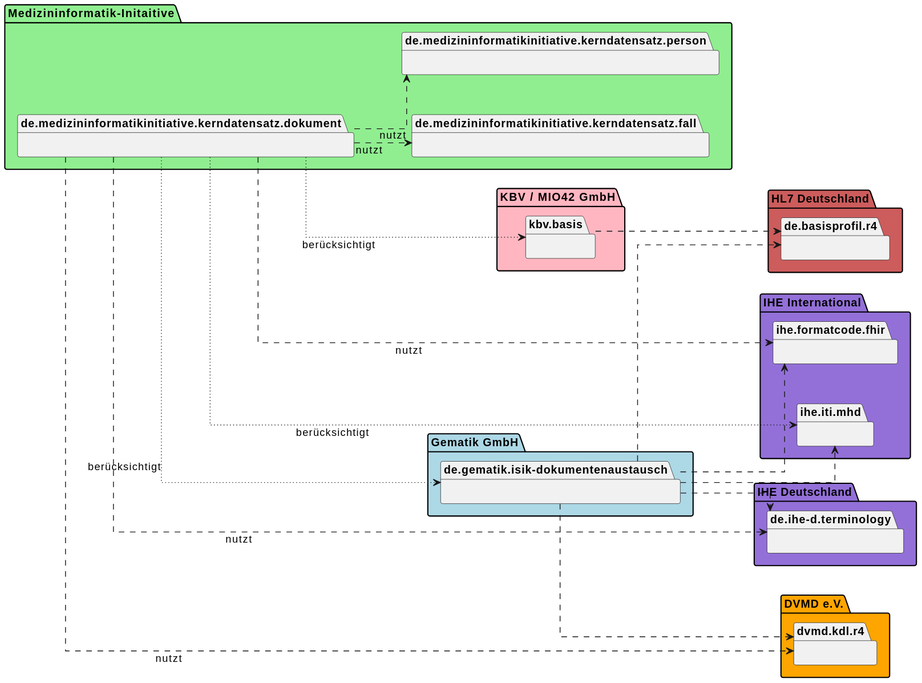
Above: input/plantuml/Paketabhaengigkeiten.svg in forschungsgruppe-digital-health/mii-kds-dokument-ig-inoffiziell (PlantUML), before the change.
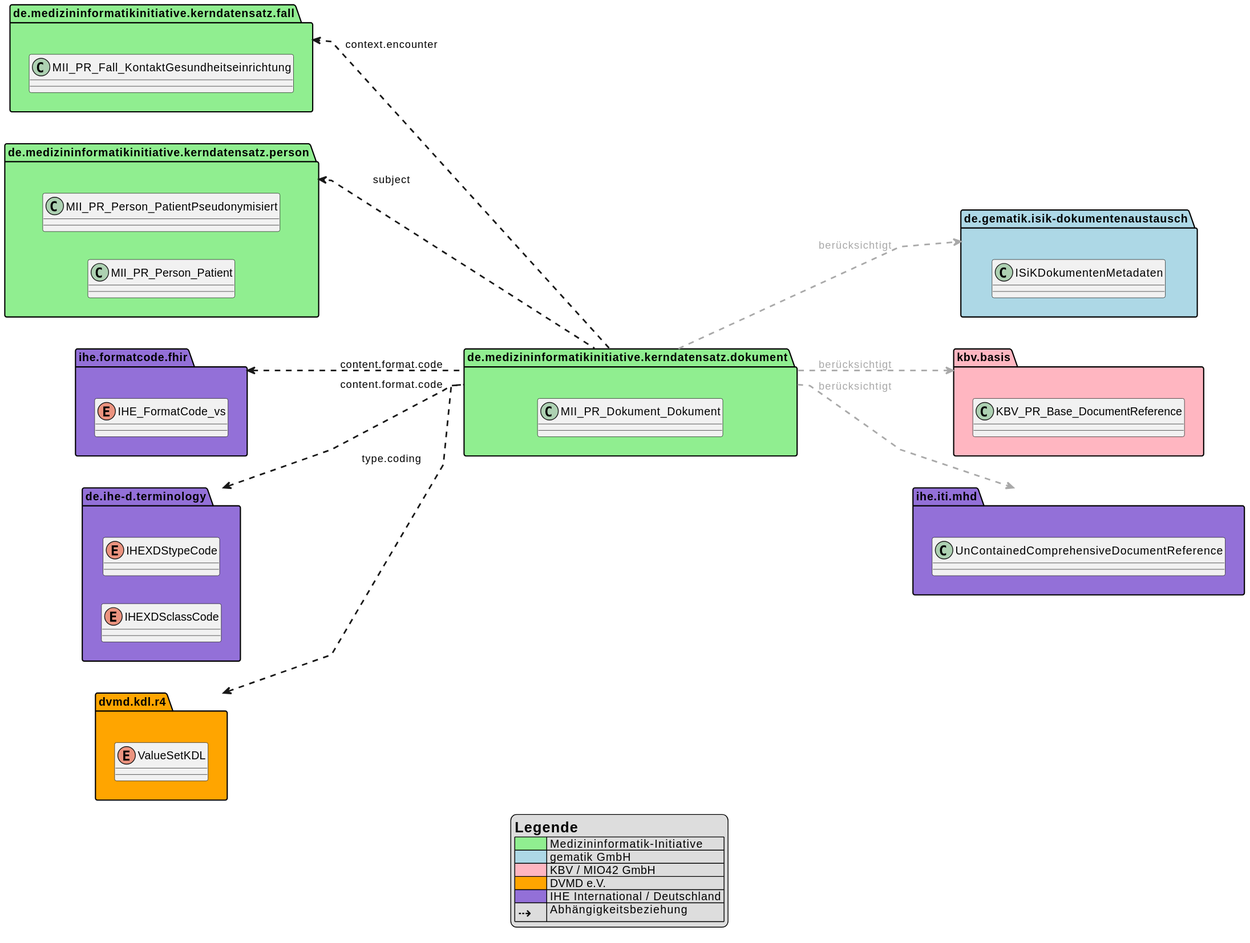
The same diagram one commit later.

Commit message:
Updates package dependency diagram

The edit, as a diff of the source:
```diff
@@ -1,56 +1,61 @@
 @startuml
 left to right direction
-skinparam Linetype ortho
-skinparam Nodesep 50
-skinparam Shadowing false
+skinparam linetype polyline
+skinparam ranksep 100
+skinparam shadowing false
 
-package "Medizininformatik-Initaitive" #LightGreen {
-    package "de.medizininformatikinitiative.kerndatensatz.dokument" as MiiDokument {}
-    package "de.medizininformatikinitiative.kerndatensatz.fall" as MiiFall {}
-    package "de.medizininformatikinitiative.kerndatensatz.person" as MiiPerson {}
+legend bottom center
+    = Legende
+    | <#LightGreen>      | Medizininformatik-Initiative |
+    | <#LightBlue>       | gematik GmbH |
+    | <#LightPink>       | KBV / MIO42 GmbH |
+    | <#Orange>          | DVMD e.V. |
+    | <#MediumPurple>    | IHE International / Deutschland |
+    | <size:20><U+21E2></size> | Abhängigkeitsbeziehung |
+end legend
+
+package "de.medizininformatikinitiative.kerndatensatz.dokument" as MiiDokument #LightGreen {
+    class MII_PR_Dokument_Dokument
+}
+package "de.medizininformatikinitiative.kerndatensatz.fall" as MiiFall #LightGreen {
+    class MII_PR_Fall_KontaktGesundheitseinrichtung
+}
+package "de.medizininformatikinitiative.kerndatensatz.person" as MiiPerson #LightGreen {
+    class MII_PR_Person_Patient
+    class MII_PR_Person_PatientPseudonymisiert
 }
 
-package "HL7 Deutschland" #IndianRed {
-    package "de.basisprofil.r4" as Hl7Basisprofil {}
+package "de.gematik.isik-dokumentenaustausch" as GematikIsik #LightBlue {
+    class ISiKDokumentenMetadaten
 }
 
-package "Gematik GmbH" #LightBlue {
-    package "de.gematik.isik-dokumentenaustausch" as GematikIsik {}
+package "kbv.basis" as KbvMio #LightPink {
+    class KBV_PR_Base_DocumentReference
 }
 
-package "KBV / MIO42 GmbH" #LightPink {
-    package "kbv.basis" as KbvMio {}
+package "ihe.iti.mhd" as IheMhd #MediumPurple {
+    class UnContainedComprehensiveDocumentReference
+}
+package "ihe.formatcode.fhir" as IheFormatCode #MediumPurple {
+    enum IHE_FormatCode_vs
+}
+package "de.ihe-d.terminology" as IheTerminology #MediumPurple {
+    enum IHEXDSclassCode
+    enum IHEXDStypeCode
 }
 
-package "IHE International" #MediumPurple {
-    package "ihe.iti.mhd" as IheMhd {}
-    package "ihe.formatcode.fhir" as IheFormatCode {}
+package "dvmd.kdl.r4" as DvmdKdl #Orange {
+    enum ValueSetKDL {}
 }
 
-package "IHE Deutschland" #MediumPurple {
-    package "de.ihe-d.terminology" as IheTerminology {}
-}
+MiiDokument -[dashed,thickness=2]u-> MiiFall : "context.encounter"
+MiiDokument -[dashed,thickness=2]u-> MiiPerson : "subject"
+MiiDokument -[dashed,thickness=2]u-> DvmdKdl : "type.coding"
+MiiDokument -[dashed,thickness=2]u-> IheFormatCode : "content.format.code"
+MiiDokument -[dashed,thickness=2]u-> IheTerminology : "content.format.code"
 
-package "DVMD e<U+002e>V<U+002e>" #Orange {
-    package "dvmd.kdl.r4" as DvmdKdl {}
-}
-
-MiiDokument -[dashed]-> MiiFall : "nutzt"
-MiiDokument -[dashed]-> MiiPerson : "nutzt"
-MiiDokument -[dashed]-> DvmdKdl : "nutzt"
-MiiDokument -[dotted]-> GematikIsik : "berücksichtigt"
-MiiDokument -[dotted]-> KbvMio : "berücksichtigt"
-MiiDokument -[dashed]-> IheFormatCode : "nutzt"
-MiiDokument -[dotted]-> IheMhd : "berücksichtigt"
-MiiDokument -[dashed]-> IheTerminology : "nutzt"
-
-GematikIsik -[dashed]-> Hl7Basisprofil
-GematikIsik -[dashed]-> IheFormatCode
-GematikIsik -[dashed]-> IheMhd
-GematikIsik -[dashed]-> IheTerminology
-GematikIsik -[dashed]-> DvmdKdl
-
-KbvMio -[dashed]-> Hl7Basisprofil
-
+MiiDokument -[dashed,thickness=2,#DarkGrey]d-> GematikIsik : <color:DarkGrey>berücksichtigt</color>
+MiiDokument -[dashed,thickness=2,#DarkGrey]d-> KbvMio : <color:DarkGrey>berücksichtigt</color>
+MiiDokument -[dashed,thickness=2,#DarkGrey]d-> IheMhd : <color:DarkGrey>berücksichtigt</color>
 
 @enduml
```
